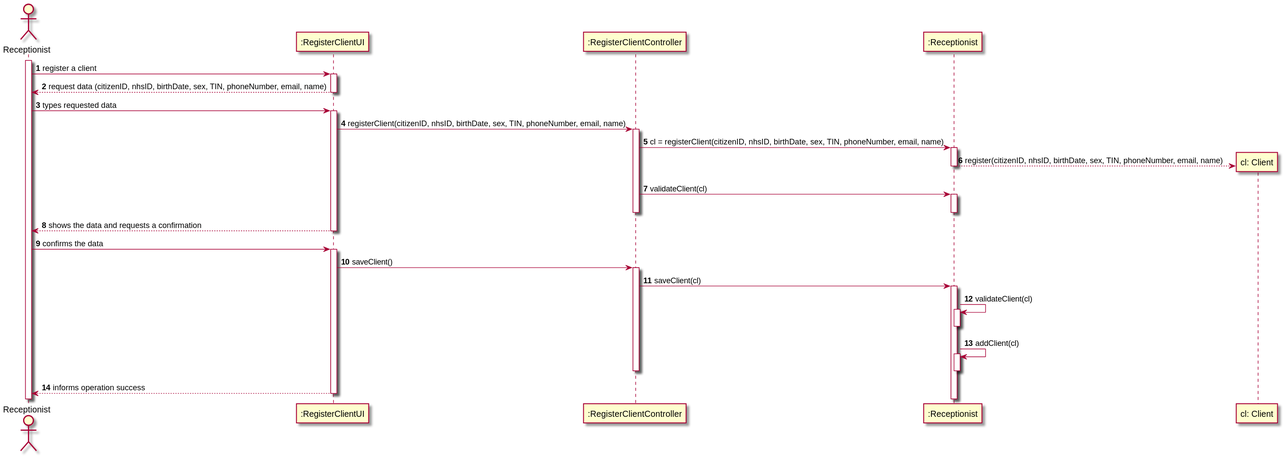
This is docs/SprintB/US03/US03-SD.svg from 0franciscor/lei-21-s2-1de-g19, a PlantUML export, as it was before one commit.
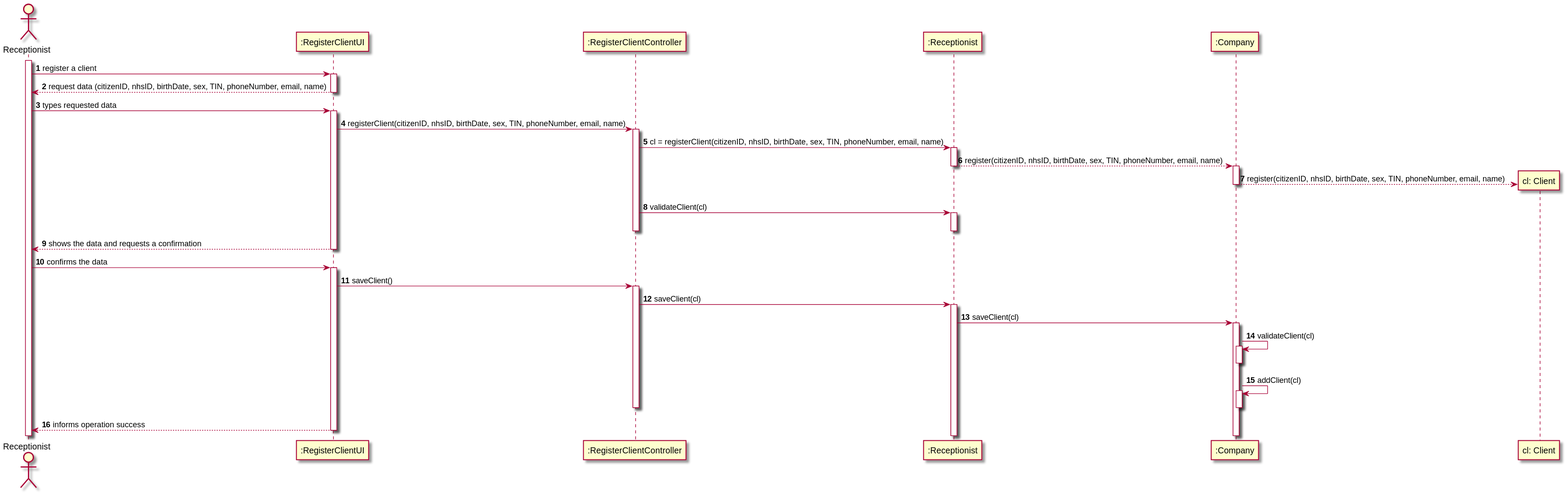
After the change.

Commit message:
Atualização do ponto 3.2 (sequence diagram)  da US3

What changed in the source:
```diff
@@ -16,9 +16,12 @@
 activate ":RegisterClientController"
 ":RegisterClientController" -> ":Receptionist" : cl = registerClient(citizenID, nhsID, birthDate, sex, TIN, phoneNumber, email, name)
 activate ":Receptionist"
+":Receptionist" --> ":Company": register(citizenID, nhsID, birthDate, sex, TIN, phoneNumber, email, name)
+deactivate ":Receptionist"
+activate ":Company"
 create "cl: Client"
-":Receptionist" --> "cl: Client": register(citizenID, nhsID, birthDate, sex, TIN, phoneNumber, email, name)
-deactivate ":Receptionist"
+":Company" --> "cl: Client": register(citizenID, nhsID, birthDate, sex, TIN, phoneNumber, email, name)
+deactivate ":Company"
 ":RegisterClientController" -> ":Receptionist" : validateClient(cl)
 activate ":Receptionist"
 deactivate ":Receptionist"
@@ -30,12 +33,14 @@
 ":RegisterClientUI" -> ":RegisterClientController": saveClient()
 activate ":RegisterClientController"
 ":RegisterClientController" -> ":Receptionist" ++: saveClient(cl)
-":Receptionist" -> ":Receptionist": validateClient(cl)
-activate ":Receptionist"
-deactivate ":Receptionist"
-":Receptionist" -> ":Receptionist": addClient(cl)
-activate ":Receptionist"
-deactivate ":Receptionist"
+":Receptionist" -> ":Company": saveClient(cl)
+activate ":Company"
+":Company" -> ":Company": validateClient(cl)
+activate ":Company"
+deactivate ":Company"
+":Company" -> ":Company": addClient(cl)
+activate ":Company"
+deactivate ":Company"
 deactivate ":RegisterClientController"
 ":RegisterClientUI" --> R: informs operation success
 deactivate ":RegisterClientUI"
```
